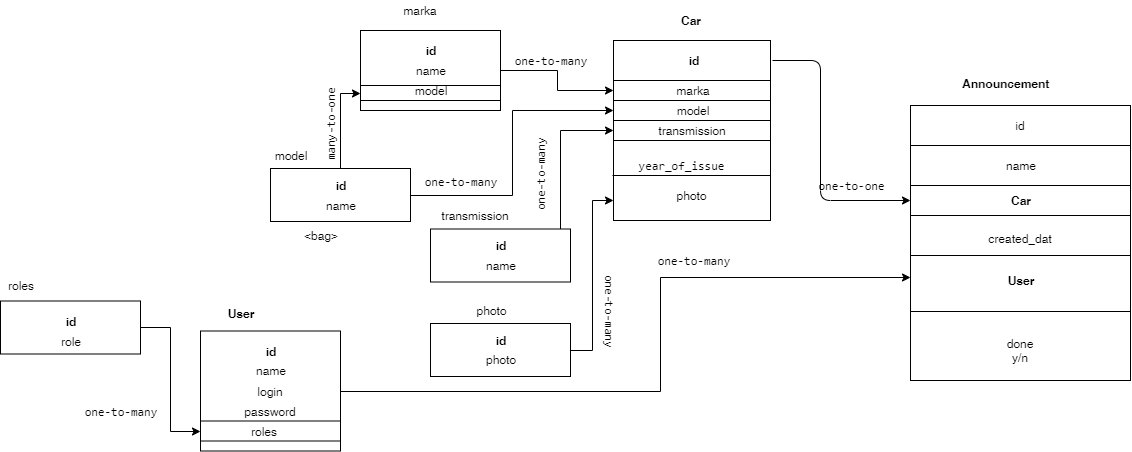
Earlier version of the draw.io export db/Avito-Shema.png (AlexandrKaleganov/HibernateSpring). Source tidied: cells renumbered, new cells last; positions are measured from the earlier drawing's top-left corner, leaving out a move shared by most shapes. The source it was exported from:
```xml
<mxGraphModel>
  <root>
    <mxCell id="0" />
    <mxCell id="1" parent="0" />
    <mxCell id="2" style="rounded=0;whiteSpace=wrap;html=1;" parent="1" vertex="1">
      <mxGeometry x="910" y="105" width="220" height="275" as="geometry" />
    </mxCell>
    <mxCell id="3" value="id" style="text;html=1;strokeColor=none;fillColor=none;align=center;verticalAlign=middle;whiteSpace=wrap;rounded=0;" parent="1" vertex="1">
      <mxGeometry x="1000" y="115" width="40" height="20" as="geometry" />
    </mxCell>
    <mxCell id="4" style="rounded=0;whiteSpace=wrap;html=1;" parent="1" vertex="1">
      <mxGeometry x="910" y="185" width="220" height="30" as="geometry" />
    </mxCell>
    <mxCell id="5" value="&lt;b&gt;Car&lt;/b&gt;" style="text;html=1;strokeColor=none;fillColor=none;align=center;verticalAlign=middle;whiteSpace=wrap;rounded=0;" parent="1" vertex="1">
      <mxGeometry x="1000" y="190" width="40" height="20" as="geometry" />
    </mxCell>
    <mxCell id="6" style="rounded=0;whiteSpace=wrap;html=1;" parent="1" vertex="1">
      <mxGeometry x="910" y="145" width="220" height="40" as="geometry" />
    </mxCell>
    <mxCell id="7" value="name" style="text;html=1;strokeColor=none;fillColor=none;align=center;verticalAlign=middle;whiteSpace=wrap;rounded=0;" parent="1" vertex="1">
      <mxGeometry x="1000" y="155" width="40" height="20" as="geometry" />
    </mxCell>
    <mxCell id="8" style="rounded=0;whiteSpace=wrap;html=1;" parent="1" vertex="1">
      <mxGeometry x="910" y="215" width="220" height="40" as="geometry" />
    </mxCell>
    <mxCell id="9" value="created_dat" style="text;html=1;strokeColor=none;fillColor=none;align=center;verticalAlign=middle;whiteSpace=wrap;rounded=0;" parent="1" vertex="1">
      <mxGeometry x="1000" y="227.5" width="40" height="20" as="geometry" />
    </mxCell>
    <mxCell id="10" value="done y/n" style="text;html=1;strokeColor=none;fillColor=none;align=center;verticalAlign=middle;whiteSpace=wrap;rounded=0;" parent="1" vertex="1">
      <mxGeometry x="1000" y="340" width="40" height="20" as="geometry" />
    </mxCell>
    <mxCell id="11" value="&lt;b&gt;Announcement&lt;/b&gt;" style="text;html=1;" parent="1" vertex="1">
      <mxGeometry x="960" y="70" width="100" height="30" as="geometry" />
    </mxCell>
    <mxCell id="12" style="endArrow=none;html=1;entryX=1;entryY=0.75;entryDx=0;entryDy=0;exitX=0;exitY=0.75;exitDx=0;exitDy=0;" parent="1" edge="1" source="2" target="2">
      <mxGeometry relative="1" as="geometry" />
    </mxCell>
    <mxCell id="13" value="&lt;b&gt;User&lt;/b&gt;" style="text;html=1;strokeColor=none;fillColor=none;align=center;verticalAlign=middle;whiteSpace=wrap;rounded=0;" parent="1" vertex="1">
      <mxGeometry x="1000" y="270" width="40" height="20" as="geometry" />
    </mxCell>
    <mxCell id="14" style="rounded=0;whiteSpace=wrap;html=1;" parent="1" vertex="1">
      <mxGeometry x="613" y="40" width="157" height="180" as="geometry" />
    </mxCell>
    <mxCell id="15" value="&lt;b&gt;id&lt;/b&gt;" style="text;html=1;strokeColor=none;fillColor=none;align=center;verticalAlign=middle;whiteSpace=wrap;rounded=0;" parent="1" vertex="1">
      <mxGeometry x="673" y="50" width="40" height="20" as="geometry" />
    </mxCell>
    <mxCell id="16" style="rounded=0;whiteSpace=wrap;html=1;" parent="1" vertex="1">
      <mxGeometry x="613" y="100" width="157" height="20" as="geometry" />
    </mxCell>
    <mxCell id="17" value="model" style="text;html=1;strokeColor=none;fillColor=none;align=center;verticalAlign=middle;whiteSpace=wrap;rounded=0;" parent="1" vertex="1">
      <mxGeometry x="671.5" y="100" width="40" height="20" as="geometry" />
    </mxCell>
    <mxCell id="18" style="rounded=0;whiteSpace=wrap;html=1;" parent="1" vertex="1">
      <mxGeometry x="613" y="80" width="157" height="20" as="geometry" />
    </mxCell>
    <mxCell id="19" value="marka" style="text;html=1;strokeColor=none;fillColor=none;align=center;verticalAlign=middle;whiteSpace=wrap;rounded=0;" parent="1" vertex="1">
      <mxGeometry x="673" y="80" width="40" height="20" as="geometry" />
    </mxCell>
    <mxCell id="20" value="&lt;pre id=&quot;tw-target-text&quot; dir=&quot;ltr&quot;&gt;&lt;span tabindex=&quot;0&quot; lang=&quot;en&quot;&gt;year_of_issue&lt;/span&gt;&lt;/pre&gt;" style="text;html=1;strokeColor=none;fillColor=none;align=center;verticalAlign=middle;whiteSpace=wrap;rounded=0;" parent="1" vertex="1">
      <mxGeometry x="660" y="155" width="40" height="20" as="geometry" />
    </mxCell>
    <mxCell id="21" value="photo" style="text;html=1;strokeColor=none;fillColor=none;align=center;verticalAlign=middle;whiteSpace=wrap;rounded=0;" parent="1" vertex="1">
      <mxGeometry x="613" y="185" width="157" height="20" as="geometry" />
    </mxCell>
    <mxCell id="22" style="endArrow=none;html=1;entryX=1;entryY=0.75;entryDx=0;entryDy=0;" parent="1" edge="1" target="14">
      <mxGeometry relative="1" as="geometry">
        <mxPoint x="612" y="175" as="sourcePoint" />
      </mxGeometry>
    </mxCell>
    <mxCell id="23" style="endArrow=classic;html=1;entryX=0;entryY=0.5;entryDx=0;entryDy=0;" parent="1" edge="1" target="4">
      <mxGeometry relative="1" as="geometry">
        <mxPoint x="772" y="60" as="sourcePoint" />
        <Array as="points">
          <mxPoint x="820" y="60" />
          <mxPoint x="820" y="200" />
        </Array>
      </mxGeometry>
    </mxCell>
    <mxCell id="24" style="edgeStyle=orthogonalEdgeStyle;rounded=0;jettySize=auto;html=1;entryX=0;entryY=0.5;entryDx=0;entryDy=0;" parent="1" edge="1" source="25" target="18">
      <mxGeometry relative="1" as="geometry" />
    </mxCell>
    <mxCell id="25" style="rounded=0;whiteSpace=wrap;html=1;fontStyle=1;" parent="1" vertex="1">
      <mxGeometry x="360" y="30" width="140" height="80" as="geometry" />
    </mxCell>
    <mxCell id="26" value="marka" style="text;html=1;strokeColor=none;fillColor=none;align=center;verticalAlign=middle;whiteSpace=wrap;rounded=0;" parent="1" vertex="1">
      <mxGeometry x="400" width="40" height="20" as="geometry" />
    </mxCell>
    <mxCell id="27" value="&lt;b&gt;id&lt;/b&gt;" style="text;html=1;strokeColor=none;fillColor=none;align=center;verticalAlign=middle;whiteSpace=wrap;rounded=0;" parent="1" vertex="1">
      <mxGeometry x="410" y="40" width="40" height="20" as="geometry" />
    </mxCell>
    <mxCell id="28" value="name" style="text;html=1;strokeColor=none;fillColor=none;align=center;verticalAlign=middle;whiteSpace=wrap;rounded=0;" parent="1" vertex="1">
      <mxGeometry x="410" y="60" width="40" height="20" as="geometry" />
    </mxCell>
    <mxCell id="29" style="edgeStyle=orthogonalEdgeStyle;rounded=0;jettySize=auto;html=1;entryX=0;entryY=0.5;entryDx=0;entryDy=0;" parent="1" edge="1" source="31" target="16">
      <mxGeometry relative="1" as="geometry" />
    </mxCell>
    <mxCell id="30" style="edgeStyle=orthogonalEdgeStyle;rounded=0;jettySize=auto;html=1;entryX=0;entryY=0.5;entryDx=0;entryDy=0;" parent="1" edge="1" source="31" target="35">
      <mxGeometry relative="1" as="geometry" />
    </mxCell>
    <mxCell id="31" style="rounded=0;whiteSpace=wrap;html=1;fontStyle=1;" parent="1" vertex="1">
      <mxGeometry x="270" y="168" width="140" height="53" as="geometry" />
    </mxCell>
    <mxCell id="32" style="rounded=0;whiteSpace=wrap;html=1;" parent="1" vertex="1">
      <mxGeometry x="613" y="120" width="157" height="20" as="geometry" />
    </mxCell>
    <mxCell id="33" value="transmission" style="text;html=1;strokeColor=none;fillColor=none;align=center;verticalAlign=middle;whiteSpace=wrap;rounded=0;" parent="1" vertex="1">
      <mxGeometry x="646.5" y="120" width="90" height="20" as="geometry" />
    </mxCell>
    <mxCell id="34" value="&lt;pre&gt;&lt;span&gt;many-to-one&lt;/span&gt;&lt;/pre&gt;" style="text;html=1;strokeColor=none;fillColor=none;align=center;verticalAlign=middle;whiteSpace=wrap;rounded=0;rotation=-90;" parent="1" vertex="1">
      <mxGeometry x="310" y="115" width="40" height="20" as="geometry" />
    </mxCell>
    <mxCell id="35" style="rounded=0;whiteSpace=wrap;html=1;" parent="1" vertex="1">
      <mxGeometry x="360" y="85" width="140" height="15" as="geometry" />
    </mxCell>
    <mxCell id="36" value="model" style="text;html=1;strokeColor=none;fillColor=none;align=center;verticalAlign=middle;whiteSpace=wrap;rounded=0;" parent="1" vertex="1">
      <mxGeometry x="410" y="80" width="40" height="20" as="geometry" />
    </mxCell>
    <mxCell id="37" value="model" style="text;html=1;strokeColor=none;fillColor=none;align=center;verticalAlign=middle;whiteSpace=wrap;rounded=0;" parent="1" vertex="1">
      <mxGeometry x="270" y="145" width="40" height="20" as="geometry" />
    </mxCell>
    <mxCell id="38" value="&lt;b&gt;id&lt;/b&gt;" style="text;html=1;strokeColor=none;fillColor=none;align=center;verticalAlign=middle;whiteSpace=wrap;rounded=0;" parent="1" vertex="1">
      <mxGeometry x="320" y="175" width="40" height="20" as="geometry" />
    </mxCell>
    <mxCell id="39" value="name" style="text;html=1;strokeColor=none;fillColor=none;align=center;verticalAlign=middle;whiteSpace=wrap;rounded=0;" parent="1" vertex="1">
      <mxGeometry x="320" y="194.5" width="40" height="20" as="geometry" />
    </mxCell>
    <mxCell id="40" style="edgeStyle=orthogonalEdgeStyle;rounded=0;jettySize=auto;html=1;entryX=0;entryY=0.5;entryDx=0;entryDy=0;" parent="1" edge="1" source="41" target="32">
      <mxGeometry relative="1" as="geometry">
        <Array as="points">
          <mxPoint x="560" y="130" />
        </Array>
      </mxGeometry>
    </mxCell>
    <mxCell id="41" style="rounded=0;whiteSpace=wrap;html=1;fontStyle=1;" parent="1" vertex="1">
      <mxGeometry x="430" y="228.5" width="140" height="53" as="geometry" />
    </mxCell>
    <mxCell id="42" value="transmission" style="text;html=1;strokeColor=none;fillColor=none;align=center;verticalAlign=middle;whiteSpace=wrap;rounded=0;" parent="1" vertex="1">
      <mxGeometry x="430" y="205" width="90" height="20" as="geometry" />
    </mxCell>
    <mxCell id="43" value="&lt;b&gt;id&lt;/b&gt;" style="text;html=1;strokeColor=none;fillColor=none;align=center;verticalAlign=middle;whiteSpace=wrap;rounded=0;" parent="1" vertex="1">
      <mxGeometry x="480" y="235" width="40" height="20" as="geometry" />
    </mxCell>
    <mxCell id="44" value="name" style="text;html=1;strokeColor=none;fillColor=none;align=center;verticalAlign=middle;whiteSpace=wrap;rounded=0;" parent="1" vertex="1">
      <mxGeometry x="480" y="254.5" width="40" height="20" as="geometry" />
    </mxCell>
    <mxCell id="45" value="&amp;lt;bag&amp;gt;" style="text;html=1;strokeColor=none;fillColor=none;align=center;verticalAlign=middle;whiteSpace=wrap;rounded=0;" parent="1" vertex="1">
      <mxGeometry x="300" y="225" width="40" height="20" as="geometry" />
    </mxCell>
    <mxCell id="46" style="edgeStyle=orthogonalEdgeStyle;rounded=0;jettySize=auto;html=1;entryX=0;entryY=0.75;entryDx=0;entryDy=0;" parent="1" edge="1" source="47" target="21">
      <mxGeometry relative="1" as="geometry" />
    </mxCell>
    <mxCell id="47" style="rounded=0;whiteSpace=wrap;html=1;fontStyle=1;" parent="1" vertex="1">
      <mxGeometry x="430" y="323" width="140" height="53" as="geometry" />
    </mxCell>
    <mxCell id="48" value="photo" style="text;html=1;strokeColor=none;fillColor=none;align=center;verticalAlign=middle;whiteSpace=wrap;rounded=0;" parent="1" vertex="1">
      <mxGeometry x="480" y="349" width="40" height="20" as="geometry" />
    </mxCell>
    <mxCell id="49" value="photo" style="text;html=1;strokeColor=none;fillColor=none;align=center;verticalAlign=middle;whiteSpace=wrap;rounded=0;" parent="1" vertex="1">
      <mxGeometry x="413" y="300" width="157" height="20" as="geometry" />
    </mxCell>
    <mxCell id="50" value="&lt;b&gt;id&lt;/b&gt;" style="text;html=1;strokeColor=none;fillColor=none;align=center;verticalAlign=middle;whiteSpace=wrap;rounded=0;" parent="1" vertex="1">
      <mxGeometry x="480" y="329" width="40" height="21" as="geometry" />
    </mxCell>
    <mxCell id="51" value="&lt;pre&gt;&lt;span&gt;one-to-many&lt;/span&gt;&lt;/pre&gt;" style="text;html=1;strokeColor=none;fillColor=none;align=center;verticalAlign=middle;whiteSpace=wrap;rounded=0;rotation=90;" parent="1" vertex="1">
      <mxGeometry x="590" y="300" width="40" height="20" as="geometry" />
    </mxCell>
    <mxCell id="52" value="&lt;pre&gt;&lt;span&gt;one-to-many&lt;/span&gt;&lt;/pre&gt;" style="text;html=1;strokeColor=none;fillColor=none;align=center;verticalAlign=middle;whiteSpace=wrap;rounded=0;rotation=-90;" parent="1" vertex="1">
      <mxGeometry x="520" y="165" width="40" height="20" as="geometry" />
    </mxCell>
    <mxCell id="53" style="edgeStyle=orthogonalEdgeStyle;rounded=0;jettySize=auto;html=1;entryX=-0.001;entryY=0.625;entryDx=0;entryDy=0;entryPerimeter=0;" parent="1" edge="1" source="54" target="2">
      <mxGeometry relative="1" as="geometry">
        <Array as="points">
          <mxPoint x="660" y="277" />
        </Array>
      </mxGeometry>
    </mxCell>
    <mxCell id="54" style="rounded=0;whiteSpace=wrap;html=1;fontStyle=1;" parent="1" vertex="1">
      <mxGeometry x="200" y="330.5" width="140" height="120" as="geometry" />
    </mxCell>
    <mxCell id="55" value="&lt;b&gt;User&lt;/b&gt;" style="text;html=1;strokeColor=none;fillColor=none;align=center;verticalAlign=middle;whiteSpace=wrap;rounded=0;" parent="1" vertex="1">
      <mxGeometry x="220" y="303" width="40" height="20" as="geometry" />
    </mxCell>
    <mxCell id="56" value="&lt;b&gt;id&lt;/b&gt;" style="text;html=1;strokeColor=none;fillColor=none;align=center;verticalAlign=middle;whiteSpace=wrap;rounded=0;" parent="1" vertex="1">
      <mxGeometry x="250" y="340.5" width="40" height="20" as="geometry" />
    </mxCell>
    <mxCell id="57" value="name" style="text;html=1;strokeColor=none;fillColor=none;align=center;verticalAlign=middle;whiteSpace=wrap;rounded=0;" parent="1" vertex="1">
      <mxGeometry x="250" y="360" width="40" height="20" as="geometry" />
    </mxCell>
    <mxCell id="58" value="login" style="text;html=1;strokeColor=none;fillColor=none;align=center;verticalAlign=middle;whiteSpace=wrap;rounded=0;" parent="1" vertex="1">
      <mxGeometry x="250" y="380.5" width="40" height="20" as="geometry" />
    </mxCell>
    <mxCell id="59" value="password" style="text;html=1;strokeColor=none;fillColor=none;align=center;verticalAlign=middle;whiteSpace=wrap;rounded=0;" parent="1" vertex="1">
      <mxGeometry x="250" y="400.5" width="40" height="20" as="geometry" />
    </mxCell>
    <mxCell id="60" style="rounded=0;whiteSpace=wrap;html=1;" parent="1" vertex="1">
      <mxGeometry x="200" y="420.5" width="140" height="20" as="geometry" />
    </mxCell>
    <mxCell id="61" value="roles" style="text;html=1;strokeColor=none;fillColor=none;align=center;verticalAlign=middle;whiteSpace=wrap;rounded=0;" parent="1" vertex="1">
      <mxGeometry x="243" y="420.5" width="40" height="20" as="geometry" />
    </mxCell>
    <mxCell id="62" value="&lt;pre&gt;&lt;span&gt;one-to-many&lt;/span&gt;&lt;/pre&gt;" style="text;html=1;strokeColor=none;fillColor=none;align=center;verticalAlign=middle;whiteSpace=wrap;rounded=0;rotation=0;" parent="1" vertex="1">
      <mxGeometry x="530" y="50" width="40" height="20" as="geometry" />
    </mxCell>
    <mxCell id="63" style="edgeStyle=orthogonalEdgeStyle;rounded=0;jettySize=auto;html=1;entryX=0;entryY=0.5;entryDx=0;entryDy=0;" parent="1" edge="1" source="64" target="60">
      <mxGeometry relative="1" as="geometry" />
    </mxCell>
    <mxCell id="64" style="rounded=0;whiteSpace=wrap;html=1;fontStyle=1;" parent="1" vertex="1">
      <mxGeometry y="300.5" width="140" height="53" as="geometry" />
    </mxCell>
    <mxCell id="65" value="&lt;b&gt;id&lt;/b&gt;" style="text;html=1;strokeColor=none;fillColor=none;align=center;verticalAlign=middle;whiteSpace=wrap;rounded=0;" parent="1" vertex="1">
      <mxGeometry x="50" y="310.5" width="40" height="20" as="geometry" />
    </mxCell>
    <mxCell id="66" value="role" style="text;html=1;strokeColor=none;fillColor=none;align=center;verticalAlign=middle;whiteSpace=wrap;rounded=0;" parent="1" vertex="1">
      <mxGeometry x="50" y="330.5" width="40" height="20" as="geometry" />
    </mxCell>
    <mxCell id="67" value="roles" style="text;html=1;strokeColor=none;fillColor=none;align=center;verticalAlign=middle;whiteSpace=wrap;rounded=0;" parent="1" vertex="1">
      <mxGeometry y="274.5" width="40" height="20" as="geometry" />
    </mxCell>
    <mxCell id="68" value="&lt;pre&gt;&lt;span&gt;one-to-many&lt;/span&gt;&lt;/pre&gt;" style="text;html=1;strokeColor=none;fillColor=none;align=center;verticalAlign=middle;whiteSpace=wrap;rounded=0;rotation=0;" parent="1" vertex="1">
      <mxGeometry x="440" y="172" width="40" height="18" as="geometry" />
    </mxCell>
    <mxCell id="69" value="&lt;pre&gt;&lt;span&gt;one-to-one&lt;/span&gt;&lt;/pre&gt;" style="text;html=1;strokeColor=none;fillColor=none;align=center;verticalAlign=middle;whiteSpace=wrap;rounded=0;rotation=0;" parent="1" vertex="1">
      <mxGeometry x="830" y="175" width="40" height="20" as="geometry" />
    </mxCell>
    <mxCell id="70" value="&lt;pre&gt;&lt;span&gt;one-to-many&lt;/span&gt;&lt;/pre&gt;" style="text;html=1;strokeColor=none;fillColor=none;align=center;verticalAlign=middle;whiteSpace=wrap;rounded=0;rotation=0;" parent="1" vertex="1">
      <mxGeometry x="100" y="400.5" width="40" height="20" as="geometry" />
    </mxCell>
    <mxCell id="71" value="&lt;pre&gt;&lt;span&gt;one-to-many&lt;/span&gt;&lt;/pre&gt;" style="text;html=1;strokeColor=none;fillColor=none;align=center;verticalAlign=middle;whiteSpace=wrap;rounded=0;rotation=0;" parent="1" vertex="1">
      <mxGeometry x="673" y="250" width="40" height="20" as="geometry" />
    </mxCell>
    <mxCell id="72" value="&lt;b&gt;Car&lt;/b&gt;" style="text;html=1;strokeColor=none;fillColor=none;align=center;verticalAlign=middle;whiteSpace=wrap;rounded=0;" parent="1" vertex="1">
      <mxGeometry x="670" y="10" width="40" height="20" as="geometry" />
    </mxCell>
  </root>
</mxGraphModel>
```
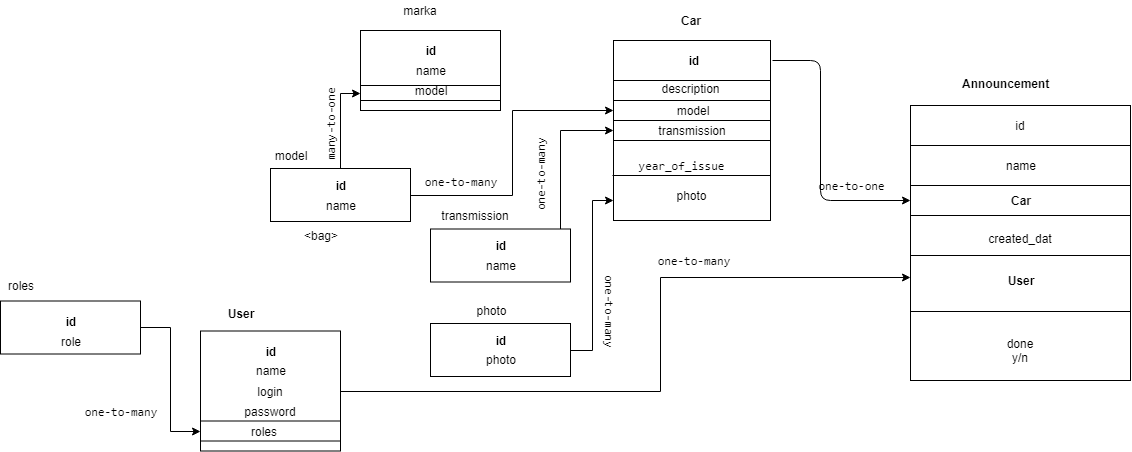
After the commit.

What changed in the source:
```diff
@@ -50,12 +50,6 @@
     <mxCell id="17" value="model" style="text;html=1;strokeColor=none;fillColor=none;align=center;verticalAlign=middle;whiteSpace=wrap;rounded=0;" parent="1" vertex="1">
       <mxGeometry x="671.5" y="100" width="40" height="20" as="geometry" />
     </mxCell>
-    <mxCell id="18" style="rounded=0;whiteSpace=wrap;html=1;" parent="1" vertex="1">
-      <mxGeometry x="613" y="80" width="157" height="20" as="geometry" />
-    </mxCell>
-    <mxCell id="19" value="marka" style="text;html=1;strokeColor=none;fillColor=none;align=center;verticalAlign=middle;whiteSpace=wrap;rounded=0;" parent="1" vertex="1">
-      <mxGeometry x="673" y="80" width="40" height="20" as="geometry" />
-    </mxCell>
     <mxCell id="20" value="&lt;pre id=&quot;tw-target-text&quot; dir=&quot;ltr&quot;&gt;&lt;span tabindex=&quot;0&quot; lang=&quot;en&quot;&gt;year_of_issue&lt;/span&gt;&lt;/pre&gt;" style="text;html=1;strokeColor=none;fillColor=none;align=center;verticalAlign=middle;whiteSpace=wrap;rounded=0;" parent="1" vertex="1">
       <mxGeometry x="660" y="155" width="40" height="20" as="geometry" />
     </mxCell>
@@ -76,9 +70,6 @@
         </Array>
       </mxGeometry>
     </mxCell>
-    <mxCell id="24" style="edgeStyle=orthogonalEdgeStyle;rounded=0;jettySize=auto;html=1;entryX=0;entryY=0.5;entryDx=0;entryDy=0;" parent="1" edge="1" source="25" target="18">
-      <mxGeometry relative="1" as="geometry" />
-    </mxCell>
     <mxCell id="25" style="rounded=0;whiteSpace=wrap;html=1;fontStyle=1;" parent="1" vertex="1">
       <mxGeometry x="360" y="30" width="140" height="80" as="geometry" />
     </mxCell>
@@ -198,9 +189,6 @@
     <mxCell id="61" value="roles" style="text;html=1;strokeColor=none;fillColor=none;align=center;verticalAlign=middle;whiteSpace=wrap;rounded=0;" parent="1" vertex="1">
       <mxGeometry x="243" y="420.5" width="40" height="20" as="geometry" />
     </mxCell>
-    <mxCell id="62" value="&lt;pre&gt;&lt;span&gt;one-to-many&lt;/span&gt;&lt;/pre&gt;" style="text;html=1;strokeColor=none;fillColor=none;align=center;verticalAlign=middle;whiteSpace=wrap;rounded=0;rotation=0;" parent="1" vertex="1">
-      <mxGeometry x="530" y="50" width="40" height="20" as="geometry" />
-    </mxCell>
     <mxCell id="63" style="edgeStyle=orthogonalEdgeStyle;rounded=0;jettySize=auto;html=1;entryX=0;entryY=0.5;entryDx=0;entryDy=0;" parent="1" edge="1" source="64" target="60">
       <mxGeometry relative="1" as="geometry" />
     </mxCell>
@@ -231,5 +219,11 @@
     <mxCell id="72" value="&lt;b&gt;Car&lt;/b&gt;" style="text;html=1;strokeColor=none;fillColor=none;align=center;verticalAlign=middle;whiteSpace=wrap;rounded=0;" parent="1" vertex="1">
       <mxGeometry x="670" y="10" width="40" height="20" as="geometry" />
     </mxCell>
+    <mxCell id="18" style="rounded=0;whiteSpace=wrap;html=1;" parent="1" vertex="1">
+      <mxGeometry x="613" y="80" width="157" height="20" as="geometry" />
+    </mxCell>
+    <mxCell id="73" value="description" style="text;html=1;strokeColor=none;fillColor=none;align=center;verticalAlign=middle;whiteSpace=wrap;rounded=0;" parent="1" vertex="1">
+      <mxGeometry x="670" y="75" width="40" height="25" as="geometry" />
+    </mxCell>
   </root>
 </mxGraphModel>
```
